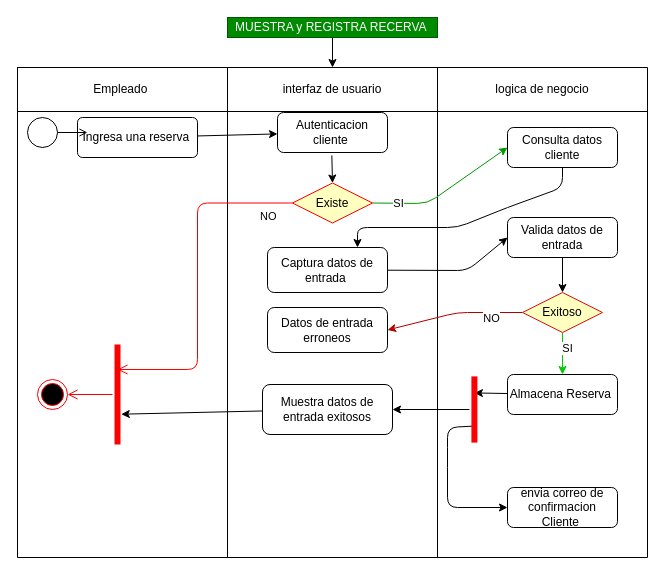
Above: Diagramas_Actividad/DAE.3.1.drawio in DavidArtavia/Activity_Diagram- (draw.io), before the change. Source tidied: cells renumbered, new cells numbered last; positions are measured from the earlier drawing's top-left corner, leaving out a move shared by most shapes. Both pictures are drawn from the tidied source at 100%, with x=0, y=0 at pixel (17, 17).
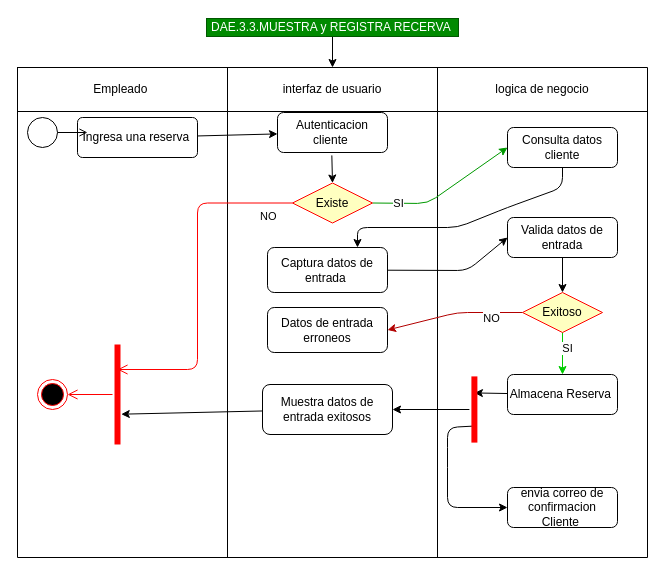
The same diagram, later.

Diff of the diagram source:
```diff
@@
-    <mxCell id="25" value="MUESTRA y REGISTRA RECERVA&amp;nbsp;" style="text;html=1;align=center;verticalAlign=middle;points=[];rounded=0;fillColor=#008a00;fontColor=#ffffff;strokeColor=#005700;" parent="1" vertex="1">
-      <mxGeometry x="210" width="210" height="20" as="geometry" />
+    <mxCell id="25" value="DAE.3.3.MUESTRA y REGISTRA RECERVA&amp;nbsp;" style="text;html=1;align=center;verticalAlign=middle;points=[];rounded=0;fillColor=#008a00;fontColor=#ffffff;strokeColor=#005700;" parent="1" vertex="1">
+      <mxGeometry x="189" y="1" width="252" height="18" as="geometry" />
     </mxCell>
```
